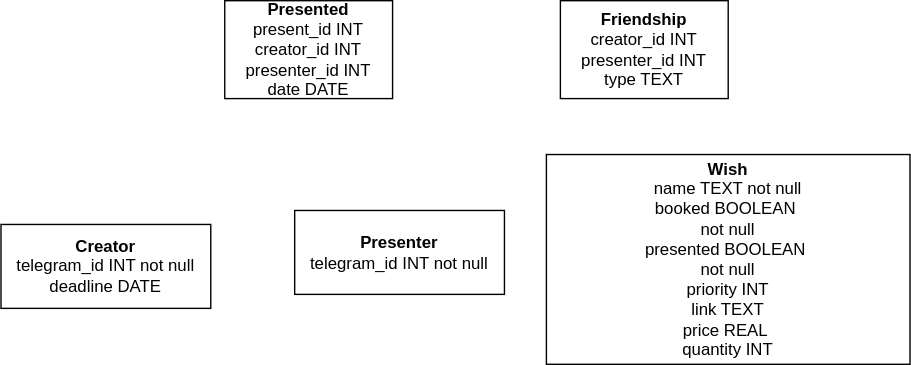
The draw.io diagram db_schema.svg in olegfafurin/lauzhack-2022, before a commit. Source tidied: cells renumbered, new cells last; positions are measured from the earlier drawing's top-left corner, leaving out a move shared by most shapes. Its diagram source:
```xml
<mxGraphModel>
  <root>
    <mxCell id="0" />
    <mxCell id="1" parent="0" />
    <mxCell id="2" value="&lt;b&gt;Creator&lt;/b&gt;&lt;br&gt;telegram_id INT not null&lt;br&gt;deadline DATE" style="rounded=0;whiteSpace=wrap;html=1;" parent="1" vertex="1">
      <mxGeometry y="160" width="150" height="60" as="geometry" />
    </mxCell>
    <mxCell id="3" value="&lt;b&gt;Presenter&lt;/b&gt;&lt;br&gt;telegram_id INT not null" style="rounded=0;whiteSpace=wrap;html=1;" parent="1" vertex="1">
      <mxGeometry x="210" y="150" width="150" height="60" as="geometry" />
    </mxCell>
    <mxCell id="4" value="&lt;b&gt;Presented&lt;br&gt;&lt;/b&gt;present_id INT&lt;br&gt;creator_id INT&lt;br&gt;presenter_id INT&lt;br&gt;date DATE" style="rounded=0;whiteSpace=wrap;html=1;" parent="1" vertex="1">
      <mxGeometry x="160" width="120" height="70" as="geometry" />
    </mxCell>
    <mxCell id="5" value="&lt;b&gt;Wish&lt;br&gt;&lt;/b&gt;&lt;div&gt;name TEXT not null&lt;/div&gt;&lt;div&gt;booked BOOLEAN&amp;nbsp;&lt;/div&gt;not null&lt;div&gt;presented BOOLEAN&amp;nbsp;&lt;/div&gt;not null&lt;div&gt;priority INT&lt;/div&gt;&lt;div&gt;link TEXT&lt;/div&gt;&lt;div&gt;&lt;span style=&quot;background-color: initial;&quot;&gt;price REAL&amp;nbsp;&lt;/span&gt;&lt;/div&gt;&lt;div&gt;quantity INT&lt;/div&gt;" style="rounded=0;whiteSpace=wrap;html=1;" parent="1" vertex="1">
      <mxGeometry x="390" y="110" width="260" height="150" as="geometry" />
    </mxCell>
    <mxCell id="6" value="&lt;b&gt;Friendship&lt;/b&gt;&lt;br&gt;creator_id INT&lt;br&gt;presenter_id INT&lt;br&gt;type TEXT" style="rounded=0;whiteSpace=wrap;html=1;" parent="1" vertex="1">
      <mxGeometry x="400" width="120" height="70" as="geometry" />
    </mxCell>
  </root>
</mxGraphModel>
```
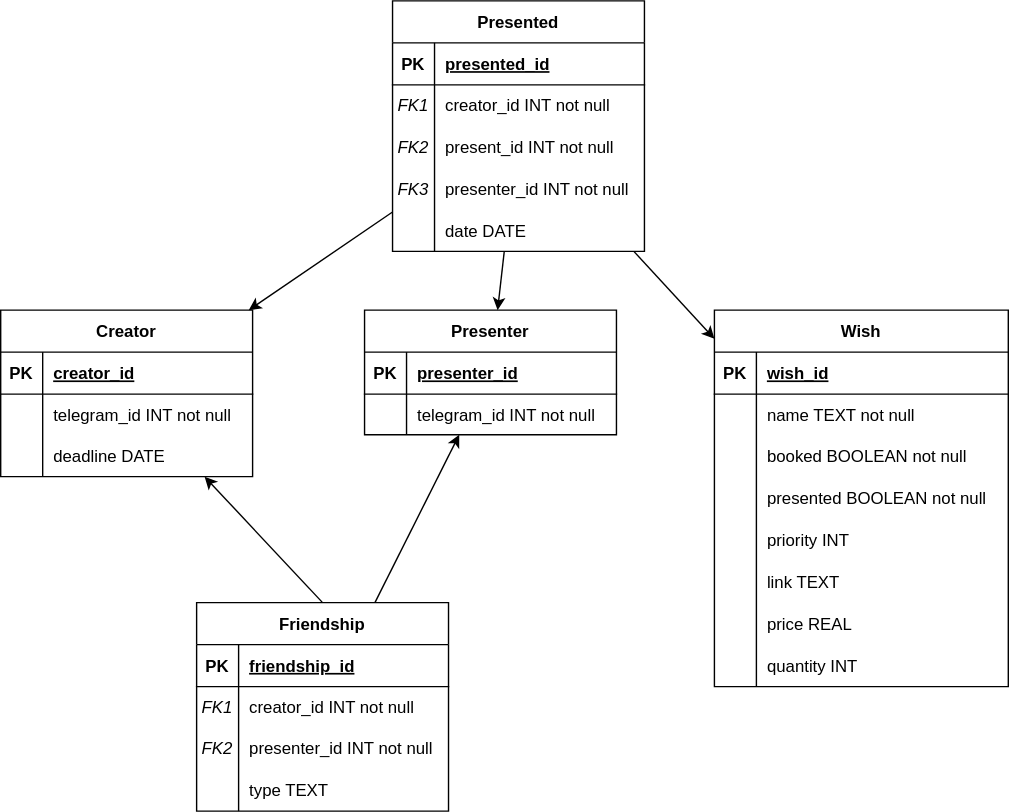
Later version of the same file.

Change to the diagram source:
```diff
@@ -2,20 +2,233 @@
   <root>
     <mxCell id="0" />
     <mxCell id="1" parent="0" />
-    <mxCell id="2" value="&lt;b&gt;Creator&lt;/b&gt;&lt;br&gt;telegram_id INT not null&lt;br&gt;deadline DATE" style="rounded=0;whiteSpace=wrap;html=1;" parent="1" vertex="1">
-      <mxGeometry y="160" width="150" height="60" as="geometry" />
-    </mxCell>
-    <mxCell id="3" value="&lt;b&gt;Presenter&lt;/b&gt;&lt;br&gt;telegram_id INT not null" style="rounded=0;whiteSpace=wrap;html=1;" parent="1" vertex="1">
-      <mxGeometry x="210" y="150" width="150" height="60" as="geometry" />
-    </mxCell>
-    <mxCell id="4" value="&lt;b&gt;Presented&lt;br&gt;&lt;/b&gt;present_id INT&lt;br&gt;creator_id INT&lt;br&gt;presenter_id INT&lt;br&gt;date DATE" style="rounded=0;whiteSpace=wrap;html=1;" parent="1" vertex="1">
-      <mxGeometry x="160" width="120" height="70" as="geometry" />
-    </mxCell>
-    <mxCell id="5" value="&lt;b&gt;Wish&lt;br&gt;&lt;/b&gt;&lt;div&gt;name TEXT not null&lt;/div&gt;&lt;div&gt;booked BOOLEAN&amp;nbsp;&lt;/div&gt;not null&lt;div&gt;presented BOOLEAN&amp;nbsp;&lt;/div&gt;not null&lt;div&gt;priority INT&lt;/div&gt;&lt;div&gt;link TEXT&lt;/div&gt;&lt;div&gt;&lt;span style=&quot;background-color: initial;&quot;&gt;price REAL&amp;nbsp;&lt;/span&gt;&lt;/div&gt;&lt;div&gt;quantity INT&lt;/div&gt;" style="rounded=0;whiteSpace=wrap;html=1;" parent="1" vertex="1">
-      <mxGeometry x="390" y="110" width="260" height="150" as="geometry" />
-    </mxCell>
-    <mxCell id="6" value="&lt;b&gt;Friendship&lt;/b&gt;&lt;br&gt;creator_id INT&lt;br&gt;presenter_id INT&lt;br&gt;type TEXT" style="rounded=0;whiteSpace=wrap;html=1;" parent="1" vertex="1">
-      <mxGeometry x="400" width="120" height="70" as="geometry" />
-    </mxCell>
+    <mxCell id="7" value="Creator" style="shape=table;startSize=30;rowLines=0;fontStyle=1;align=center;" parent="1" vertex="1">
+      <mxGeometry x="-10" y="161" width="180" height="119" as="geometry" />
+    </mxCell>
+    <mxCell id="8" style="shape=tableRow;horizontal=0;startSize=0;swimlaneHead=0;swimlaneBody=0;fillColor=none;top=0;left=0;right=0;bottom=1;" parent="7" vertex="1">
+      <mxGeometry y="30" width="180" height="30" as="geometry" />
+    </mxCell>
+    <mxCell id="9" value="PK" style="shape=partialRectangle;fillColor=none;top=0;left=0;bottom=0;right=0;fontStyle=1;overflow=hidden;" parent="8" vertex="1">
+      <mxGeometry width="30" height="30" as="geometry" />
+    </mxCell>
+    <mxCell id="10" value="creator_id" style="shape=partialRectangle;fillColor=none;top=0;left=0;bottom=0;right=0;align=left;spacingLeft=6;fontStyle=5;overflow=hidden;" parent="8" vertex="1">
+      <mxGeometry x="30" width="150" height="30" as="geometry" />
+    </mxCell>
+    <mxCell id="11" style="shape=tableRow;horizontal=0;startSize=0;swimlaneHead=0;swimlaneBody=0;fillColor=none;top=0;left=0;right=0;bottom=0;" parent="7" vertex="1">
+      <mxGeometry y="60" width="180" height="29" as="geometry" />
+    </mxCell>
+    <mxCell id="12" style="shape=partialRectangle;fillColor=none;top=0;left=0;bottom=0;right=0;overflow=hidden;" parent="11" vertex="1">
+      <mxGeometry width="30" height="29" as="geometry" />
+    </mxCell>
+    <mxCell id="13" value="telegram_id INT not null" style="shape=partialRectangle;fillColor=none;top=0;left=0;bottom=0;right=0;align=left;spacingLeft=6;overflow=hidden;" parent="11" vertex="1">
+      <mxGeometry x="30" width="150" height="29" as="geometry" />
+    </mxCell>
+    <mxCell id="14" style="shape=tableRow;horizontal=0;startSize=0;swimlaneHead=0;swimlaneBody=0;fillColor=none;top=0;left=0;right=0;bottom=0;" parent="7" vertex="1">
+      <mxGeometry y="89" width="180" height="30" as="geometry" />
+    </mxCell>
+    <mxCell id="15" style="shape=partialRectangle;fillColor=none;top=0;left=0;bottom=0;right=0;overflow=hidden;" parent="14" vertex="1">
+      <mxGeometry width="30" height="30" as="geometry" />
+    </mxCell>
+    <mxCell id="16" value="deadline DATE" style="shape=partialRectangle;fillColor=none;top=0;left=0;bottom=0;right=0;align=left;spacingLeft=6;overflow=hidden;" parent="14" vertex="1">
+      <mxGeometry x="30" width="150" height="30" as="geometry" />
+    </mxCell>
+    <mxCell id="17" value="Presenter" style="shape=table;startSize=30;rowLines=0;fontStyle=1;align=center;" parent="1" vertex="1">
+      <mxGeometry x="250" y="161" width="180" height="89" as="geometry" />
+    </mxCell>
+    <mxCell id="18" style="shape=tableRow;horizontal=0;startSize=0;swimlaneHead=0;swimlaneBody=0;fillColor=none;top=0;left=0;right=0;bottom=1;" parent="17" vertex="1">
+      <mxGeometry y="30" width="180" height="30" as="geometry" />
+    </mxCell>
+    <mxCell id="19" value="PK" style="shape=partialRectangle;fillColor=none;top=0;left=0;bottom=0;right=0;fontStyle=1;overflow=hidden;" parent="18" vertex="1">
+      <mxGeometry width="30" height="30" as="geometry" />
+    </mxCell>
+    <mxCell id="20" value="presenter_id" style="shape=partialRectangle;fillColor=none;top=0;left=0;bottom=0;right=0;align=left;spacingLeft=6;fontStyle=5;overflow=hidden;" parent="18" vertex="1">
+      <mxGeometry x="30" width="150" height="30" as="geometry" />
+    </mxCell>
+    <mxCell id="21" style="shape=tableRow;horizontal=0;startSize=0;swimlaneHead=0;swimlaneBody=0;fillColor=none;top=0;left=0;right=0;bottom=0;" parent="17" vertex="1">
+      <mxGeometry y="60" width="180" height="29" as="geometry" />
+    </mxCell>
+    <mxCell id="22" style="shape=partialRectangle;fillColor=none;top=0;left=0;bottom=0;right=0;overflow=hidden;" parent="21" vertex="1">
+      <mxGeometry width="30" height="29" as="geometry" />
+    </mxCell>
+    <mxCell id="23" value="telegram_id INT not null" style="shape=partialRectangle;fillColor=none;top=0;left=0;bottom=0;right=0;align=left;spacingLeft=6;overflow=hidden;" parent="21" vertex="1">
+      <mxGeometry x="30" width="150" height="29" as="geometry" />
+    </mxCell>
+    <mxCell id="24" value="Wish" style="shape=table;startSize=30;rowLines=0;fontStyle=1;align=center;" parent="1" vertex="1">
+      <mxGeometry x="500" y="161" width="210" height="269" as="geometry" />
+    </mxCell>
+    <mxCell id="25" style="shape=tableRow;horizontal=0;startSize=0;swimlaneHead=0;swimlaneBody=0;fillColor=none;top=0;left=0;right=0;bottom=1;" parent="24" vertex="1">
+      <mxGeometry y="30" width="210" height="30" as="geometry" />
+    </mxCell>
+    <mxCell id="26" value="PK" style="shape=partialRectangle;fillColor=none;top=0;left=0;bottom=0;right=0;fontStyle=1;overflow=hidden;" parent="25" vertex="1">
+      <mxGeometry width="30" height="30" as="geometry" />
+    </mxCell>
+    <mxCell id="27" value="wish_id" style="shape=partialRectangle;fillColor=none;top=0;left=0;bottom=0;right=0;align=left;spacingLeft=6;fontStyle=5;overflow=hidden;" parent="25" vertex="1">
+      <mxGeometry x="30" width="180" height="30" as="geometry" />
+    </mxCell>
+    <mxCell id="28" style="shape=tableRow;horizontal=0;startSize=0;swimlaneHead=0;swimlaneBody=0;fillColor=none;top=0;left=0;right=0;bottom=0;" parent="24" vertex="1">
+      <mxGeometry y="60" width="210" height="29" as="geometry" />
+    </mxCell>
+    <mxCell id="29" style="shape=partialRectangle;fillColor=none;top=0;left=0;bottom=0;right=0;overflow=hidden;" parent="28" vertex="1">
+      <mxGeometry width="30" height="29" as="geometry" />
+    </mxCell>
+    <mxCell id="30" value="name TEXT not null" style="shape=partialRectangle;fillColor=none;top=0;left=0;bottom=0;right=0;align=left;spacingLeft=6;overflow=hidden;" parent="28" vertex="1">
+      <mxGeometry x="30" width="180" height="29" as="geometry" />
+    </mxCell>
+    <mxCell id="31" style="shape=tableRow;horizontal=0;startSize=0;swimlaneHead=0;swimlaneBody=0;fillColor=none;top=0;left=0;right=0;bottom=0;" parent="24" vertex="1">
+      <mxGeometry y="89" width="210" height="30" as="geometry" />
+    </mxCell>
+    <mxCell id="32" style="shape=partialRectangle;fillColor=none;top=0;left=0;bottom=0;right=0;overflow=hidden;" parent="31" vertex="1">
+      <mxGeometry width="30" height="30" as="geometry" />
+    </mxCell>
+    <mxCell id="33" value="booked BOOLEAN not null" style="shape=partialRectangle;fillColor=none;top=0;left=0;bottom=0;right=0;align=left;spacingLeft=6;overflow=hidden;" parent="31" vertex="1">
+      <mxGeometry x="30" width="180" height="30" as="geometry" />
+    </mxCell>
+    <mxCell id="34" style="shape=tableRow;horizontal=0;startSize=0;swimlaneHead=0;swimlaneBody=0;fillColor=none;top=0;left=0;right=0;bottom=0;" parent="24" vertex="1">
+      <mxGeometry y="119" width="210" height="30" as="geometry" />
+    </mxCell>
+    <mxCell id="35" style="shape=partialRectangle;fillColor=none;top=0;left=0;bottom=0;right=0;overflow=hidden;" parent="34" vertex="1">
+      <mxGeometry width="30" height="30" as="geometry" />
+    </mxCell>
+    <mxCell id="36" value="presented BOOLEAN not null" style="shape=partialRectangle;fillColor=none;top=0;left=0;bottom=0;right=0;align=left;spacingLeft=6;overflow=hidden;" parent="34" vertex="1">
+      <mxGeometry x="30" width="180" height="30" as="geometry" />
+    </mxCell>
+    <mxCell id="37" style="shape=tableRow;horizontal=0;startSize=0;swimlaneHead=0;swimlaneBody=0;fillColor=none;top=0;left=0;right=0;bottom=0;" parent="24" vertex="1">
+      <mxGeometry y="149" width="210" height="30" as="geometry" />
+    </mxCell>
+    <mxCell id="38" style="shape=partialRectangle;fillColor=none;top=0;left=0;bottom=0;right=0;overflow=hidden;" parent="37" vertex="1">
+      <mxGeometry width="30" height="30" as="geometry" />
+    </mxCell>
+    <mxCell id="39" value="priority INT" style="shape=partialRectangle;fillColor=none;top=0;left=0;bottom=0;right=0;align=left;spacingLeft=6;overflow=hidden;" parent="37" vertex="1">
+      <mxGeometry x="30" width="180" height="30" as="geometry" />
+    </mxCell>
+    <mxCell id="40" style="shape=tableRow;horizontal=0;startSize=0;swimlaneHead=0;swimlaneBody=0;fillColor=none;top=0;left=0;right=0;bottom=0;" parent="24" vertex="1">
+      <mxGeometry y="179" width="210" height="30" as="geometry" />
+    </mxCell>
+    <mxCell id="41" style="shape=partialRectangle;fillColor=none;top=0;left=0;bottom=0;right=0;overflow=hidden;" parent="40" vertex="1">
+      <mxGeometry width="30" height="30" as="geometry" />
+    </mxCell>
+    <mxCell id="42" value="link TEXT" style="shape=partialRectangle;fillColor=none;top=0;left=0;bottom=0;right=0;align=left;spacingLeft=6;overflow=hidden;" parent="40" vertex="1">
+      <mxGeometry x="30" width="180" height="30" as="geometry" />
+    </mxCell>
+    <mxCell id="43" style="shape=tableRow;horizontal=0;startSize=0;swimlaneHead=0;swimlaneBody=0;fillColor=none;top=0;left=0;right=0;bottom=0;" parent="24" vertex="1">
+      <mxGeometry y="209" width="210" height="30" as="geometry" />
+    </mxCell>
+    <mxCell id="44" style="shape=partialRectangle;fillColor=none;top=0;left=0;bottom=0;right=0;overflow=hidden;" parent="43" vertex="1">
+      <mxGeometry width="30" height="30" as="geometry" />
+    </mxCell>
+    <mxCell id="45" value="price REAL" style="shape=partialRectangle;fillColor=none;top=0;left=0;bottom=0;right=0;align=left;spacingLeft=6;overflow=hidden;" parent="43" vertex="1">
+      <mxGeometry x="30" width="180" height="30" as="geometry" />
+    </mxCell>
+    <mxCell id="46" style="shape=tableRow;horizontal=0;startSize=0;swimlaneHead=0;swimlaneBody=0;fillColor=none;top=0;left=0;right=0;bottom=0;" parent="24" vertex="1">
+      <mxGeometry y="239" width="210" height="30" as="geometry" />
+    </mxCell>
+    <mxCell id="47" style="shape=partialRectangle;fillColor=none;top=0;left=0;bottom=0;right=0;overflow=hidden;" parent="46" vertex="1">
+      <mxGeometry width="30" height="30" as="geometry" />
+    </mxCell>
+    <mxCell id="48" value="quantity INT" style="shape=partialRectangle;fillColor=none;top=0;left=0;bottom=0;right=0;align=left;spacingLeft=6;overflow=hidden;" parent="46" vertex="1">
+      <mxGeometry x="30" width="180" height="30" as="geometry" />
+    </mxCell>
+    <mxCell id="49" value="Presented" style="shape=table;startSize=30;rowLines=0;fontStyle=1;align=center;" parent="1" vertex="1">
+      <mxGeometry x="270" y="-60" width="180" height="179" as="geometry" />
+    </mxCell>
+    <mxCell id="50" style="shape=tableRow;horizontal=0;startSize=0;swimlaneHead=0;swimlaneBody=0;fillColor=none;top=0;left=0;right=0;bottom=1;" parent="49" vertex="1">
+      <mxGeometry y="30" width="180" height="30" as="geometry" />
+    </mxCell>
+    <mxCell id="51" value="PK" style="shape=partialRectangle;fillColor=none;top=0;left=0;bottom=0;right=0;fontStyle=1;overflow=hidden;" parent="50" vertex="1">
+      <mxGeometry width="30" height="30" as="geometry" />
+    </mxCell>
+    <mxCell id="52" value="presented_id" style="shape=partialRectangle;fillColor=none;top=0;left=0;bottom=0;right=0;align=left;spacingLeft=6;fontStyle=5;overflow=hidden;" parent="50" vertex="1">
+      <mxGeometry x="30" width="150" height="30" as="geometry" />
+    </mxCell>
+    <mxCell id="53" style="shape=tableRow;horizontal=0;startSize=0;swimlaneHead=0;swimlaneBody=0;fillColor=none;top=0;left=0;right=0;bottom=0;" parent="49" vertex="1">
+      <mxGeometry y="60" width="180" height="29" as="geometry" />
+    </mxCell>
+    <mxCell id="54" value="FK1" style="shape=partialRectangle;fillColor=none;top=0;left=0;bottom=0;right=0;overflow=hidden;fontStyle=2;" parent="53" vertex="1">
+      <mxGeometry width="30" height="29" as="geometry" />
+    </mxCell>
+    <mxCell id="55" value="creator_id INT not null" style="shape=partialRectangle;fillColor=none;top=0;left=0;bottom=0;right=0;align=left;spacingLeft=6;overflow=hidden;" parent="53" vertex="1">
+      <mxGeometry x="30" width="150" height="29" as="geometry" />
+    </mxCell>
+    <mxCell id="56" style="shape=tableRow;horizontal=0;startSize=0;swimlaneHead=0;swimlaneBody=0;fillColor=none;top=0;left=0;right=0;bottom=0;" parent="49" vertex="1">
+      <mxGeometry y="89" width="180" height="30" as="geometry" />
+    </mxCell>
+    <mxCell id="57" value="FK2" style="shape=partialRectangle;fillColor=none;top=0;left=0;bottom=0;right=0;overflow=hidden;fontStyle=2;" parent="56" vertex="1">
+      <mxGeometry width="30" height="30" as="geometry" />
+    </mxCell>
+    <mxCell id="58" value="present_id INT not null" style="shape=partialRectangle;fillColor=none;top=0;left=0;bottom=0;right=0;align=left;spacingLeft=6;overflow=hidden;" parent="56" vertex="1">
+      <mxGeometry x="30" width="150" height="30" as="geometry" />
+    </mxCell>
+    <mxCell id="59" style="shape=tableRow;horizontal=0;startSize=0;swimlaneHead=0;swimlaneBody=0;fillColor=none;top=0;left=0;right=0;bottom=0;" parent="49" vertex="1">
+      <mxGeometry y="119" width="180" height="30" as="geometry" />
+    </mxCell>
+    <mxCell id="60" value="FK3" style="shape=partialRectangle;fillColor=none;top=0;left=0;bottom=0;right=0;overflow=hidden;fontStyle=2;" parent="59" vertex="1">
+      <mxGeometry width="30" height="30" as="geometry" />
+    </mxCell>
+    <mxCell id="61" value="presenter_id INT not null" style="shape=partialRectangle;fillColor=none;top=0;left=0;bottom=0;right=0;align=left;spacingLeft=6;overflow=hidden;" parent="59" vertex="1">
+      <mxGeometry x="30" width="150" height="30" as="geometry" />
+    </mxCell>
+    <mxCell id="62" style="shape=tableRow;horizontal=0;startSize=0;swimlaneHead=0;swimlaneBody=0;fillColor=none;top=0;left=0;right=0;bottom=0;" parent="49" vertex="1">
+      <mxGeometry y="149" width="180" height="30" as="geometry" />
+    </mxCell>
+    <mxCell id="63" style="shape=partialRectangle;fillColor=none;top=0;left=0;bottom=0;right=0;overflow=hidden;" parent="62" vertex="1">
+      <mxGeometry width="30" height="30" as="geometry" />
+    </mxCell>
+    <mxCell id="64" value="date DATE" style="shape=partialRectangle;fillColor=none;top=0;left=0;bottom=0;right=0;align=left;spacingLeft=6;overflow=hidden;" parent="62" vertex="1">
+      <mxGeometry x="30" width="150" height="30" as="geometry" />
+    </mxCell>
+    <mxCell id="65" value="Friendship" style="shape=table;startSize=30;rowLines=0;fontStyle=1;align=center;" parent="1" vertex="1">
+      <mxGeometry x="130" y="370" width="180" height="149" as="geometry" />
+    </mxCell>
+    <mxCell id="66" style="shape=tableRow;horizontal=0;startSize=0;swimlaneHead=0;swimlaneBody=0;fillColor=none;top=0;left=0;right=0;bottom=1;" parent="65" vertex="1">
+      <mxGeometry y="30" width="180" height="30" as="geometry" />
+    </mxCell>
+    <mxCell id="67" value="PK" style="shape=partialRectangle;fillColor=none;top=0;left=0;bottom=0;right=0;fontStyle=1;overflow=hidden;" parent="66" vertex="1">
+      <mxGeometry width="30" height="30" as="geometry" />
+    </mxCell>
+    <mxCell id="68" value="friendship_id" style="shape=partialRectangle;fillColor=none;top=0;left=0;bottom=0;right=0;align=left;spacingLeft=6;fontStyle=5;overflow=hidden;" parent="66" vertex="1">
+      <mxGeometry x="30" width="150" height="30" as="geometry" />
+    </mxCell>
+    <mxCell id="69" style="shape=tableRow;horizontal=0;startSize=0;swimlaneHead=0;swimlaneBody=0;fillColor=none;top=0;left=0;right=0;bottom=0;" parent="65" vertex="1">
+      <mxGeometry y="60" width="180" height="29" as="geometry" />
+    </mxCell>
+    <mxCell id="70" value="FK1" style="shape=partialRectangle;fillColor=none;top=0;left=0;bottom=0;right=0;overflow=hidden;fontStyle=2;" parent="69" vertex="1">
+      <mxGeometry width="30" height="29" as="geometry" />
+    </mxCell>
+    <mxCell id="71" value="creator_id INT not null" style="shape=partialRectangle;fillColor=none;top=0;left=0;bottom=0;right=0;align=left;spacingLeft=6;overflow=hidden;" parent="69" vertex="1">
+      <mxGeometry x="30" width="150" height="29" as="geometry" />
+    </mxCell>
+    <mxCell id="72" style="shape=tableRow;horizontal=0;startSize=0;swimlaneHead=0;swimlaneBody=0;fillColor=none;top=0;left=0;right=0;bottom=0;" parent="65" vertex="1">
+      <mxGeometry y="89" width="180" height="30" as="geometry" />
+    </mxCell>
+    <mxCell id="73" value="FK2" style="shape=partialRectangle;fillColor=none;top=0;left=0;bottom=0;right=0;overflow=hidden;fontStyle=2;" parent="72" vertex="1">
+      <mxGeometry width="30" height="30" as="geometry" />
+    </mxCell>
+    <mxCell id="74" value="presenter_id INT not null" style="shape=partialRectangle;fillColor=none;top=0;left=0;bottom=0;right=0;align=left;spacingLeft=6;overflow=hidden;" parent="72" vertex="1">
+      <mxGeometry x="30" width="150" height="30" as="geometry" />
+    </mxCell>
+    <mxCell id="75" style="shape=tableRow;horizontal=0;startSize=0;swimlaneHead=0;swimlaneBody=0;fillColor=none;top=0;left=0;right=0;bottom=0;" parent="65" vertex="1">
+      <mxGeometry y="119" width="180" height="30" as="geometry" />
+    </mxCell>
+    <mxCell id="76" style="shape=partialRectangle;fillColor=none;top=0;left=0;bottom=0;right=0;overflow=hidden;" parent="75" vertex="1">
+      <mxGeometry width="30" height="30" as="geometry" />
+    </mxCell>
+    <mxCell id="77" value="type TEXT" style="shape=partialRectangle;fillColor=none;top=0;left=0;bottom=0;right=0;align=left;spacingLeft=6;overflow=hidden;" parent="75" vertex="1">
+      <mxGeometry x="30" width="150" height="30" as="geometry" />
+    </mxCell>
+    <mxCell id="78" style="endArrow=classic;html=1;rounded=0;" parent="1" edge="1" source="49" target="24">
+      <mxGeometry relative="1" as="geometry" />
+    </mxCell>
+    <mxCell id="79" style="endArrow=classic;html=1;rounded=0;" parent="1" edge="1" source="49" target="17">
+      <mxGeometry relative="1" as="geometry" />
+    </mxCell>
+    <mxCell id="80" style="endArrow=classic;html=1;rounded=0;" parent="1" edge="1" source="49" target="7">
+      <mxGeometry relative="1" as="geometry" />
+    </mxCell>
+    <mxCell id="81" style="endArrow=classic;html=1;rounded=0;exitX=0.5;exitY=0;exitDx=0;exitDy=0;" parent="1" edge="1" source="65" target="7">
+      <mxGeometry relative="1" as="geometry" />
+    </mxCell>
+    <mxCell id="82" style="endArrow=classic;html=1;rounded=0;" parent="1" edge="1" source="65" target="17">
+      <mxGeometry relative="1" as="geometry" />
+    </mxCell>
   </root>
 </mxGraphModel>
```
